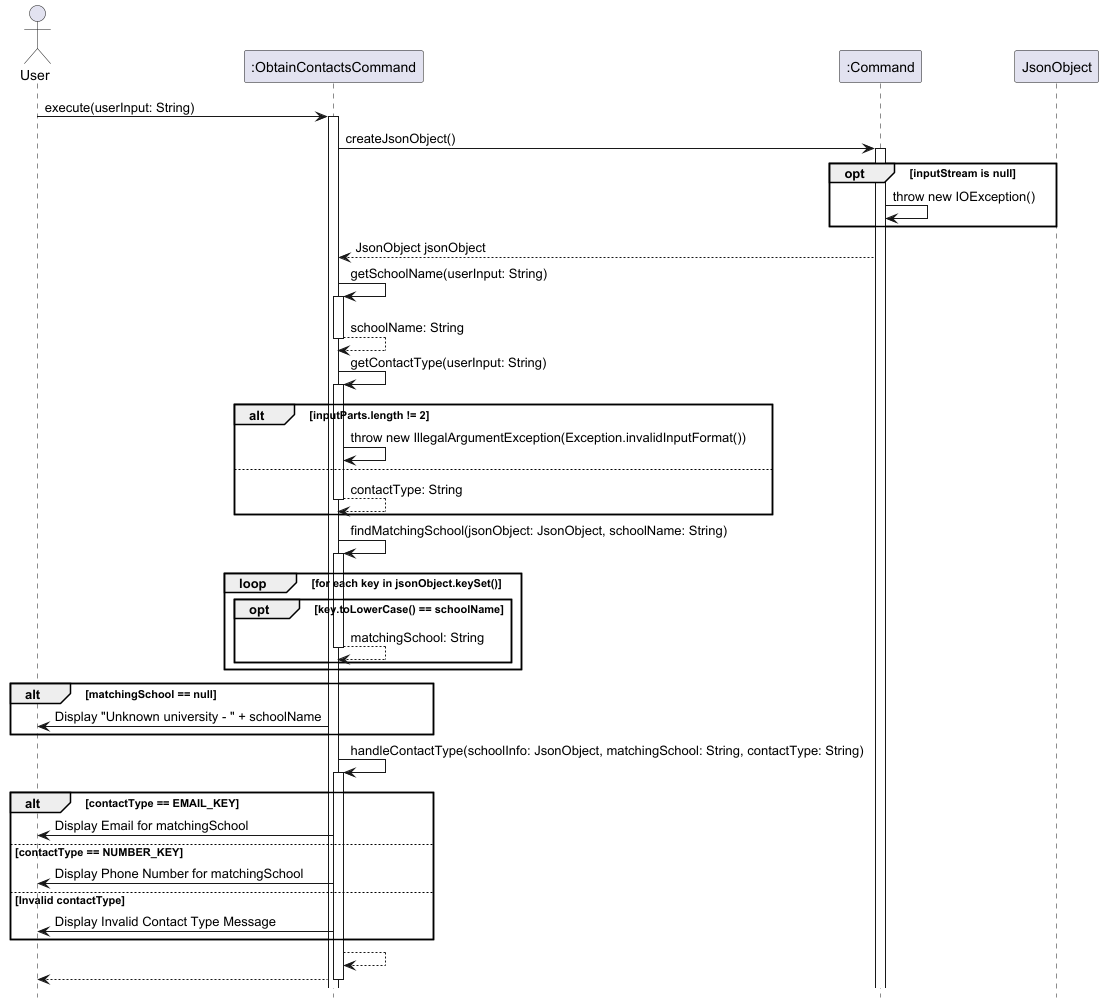
This is uml-images/ObtainContactsCommand.png from nus-cs2113-AY2425S1/tp, a PlantUML export, as it was before one commit.
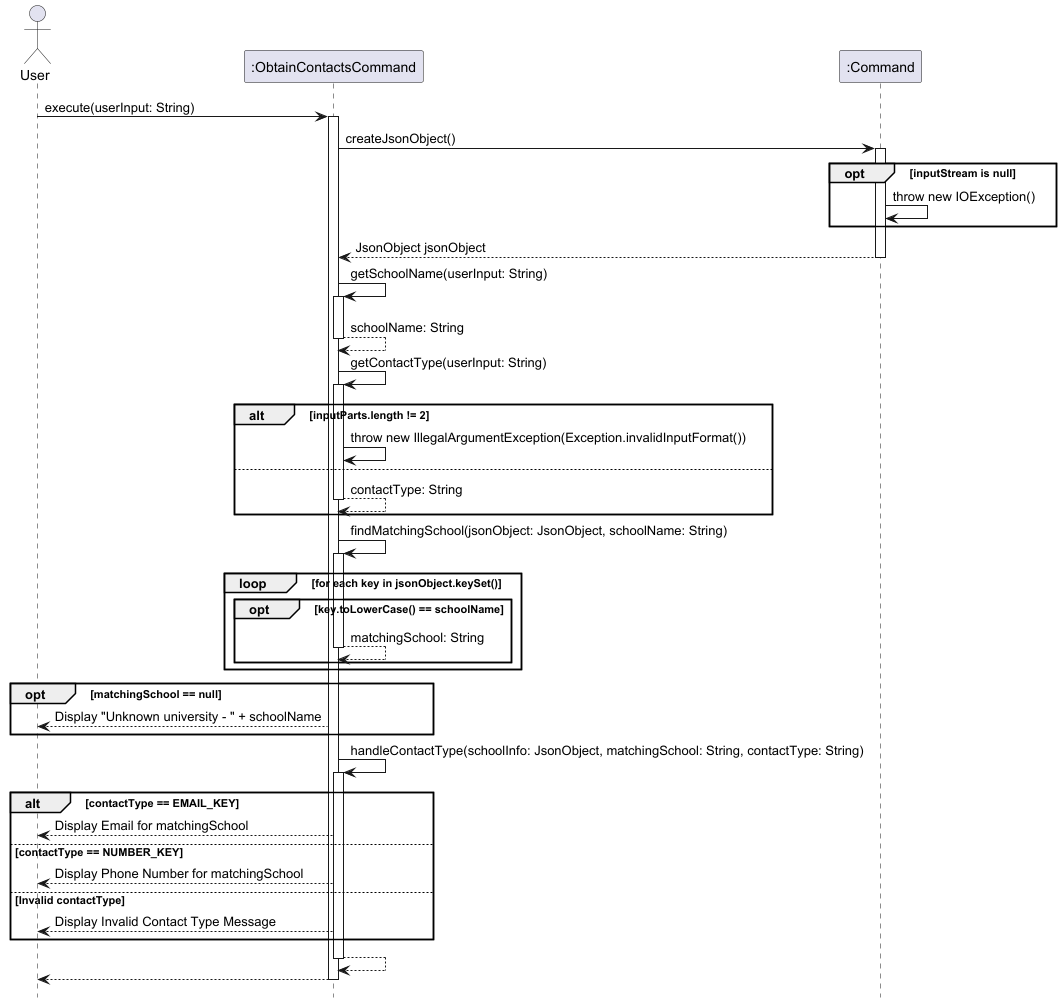
After the commit.

Commit message:
Fix over extension of activation bar

Diff of the diagram source:
```diff
@@ -4,7 +4,6 @@
 actor User
 participant ":ObtainContactsCommand" as ObtainContactsCommand
 participant ":Command" as Command
-participant "JsonObject" as JsonObject
 
 User -> ObtainContactsCommand: execute(userInput: String)
 activate ObtainContactsCommand
@@ -17,6 +16,7 @@
 end
 
 Command --> ObtainContactsCommand: JsonObject jsonObject
+deactivate Command
 
 ObtainContactsCommand -> ObtainContactsCommand: getSchoolName(userInput: String)
 activate ObtainContactsCommand
@@ -40,22 +40,25 @@
     end
 end
 
-alt matchingSchool == null
-    ObtainContactsCommand -> User: Display "Unknown university - " + schoolName
+opt matchingSchool == null
+    ObtainContactsCommand --> User: Display "Unknown university - " + schoolName
 end
 
 ObtainContactsCommand -> ObtainContactsCommand: handleContactType(schoolInfo: JsonObject, matchingSchool: String, contactType: String)
 activate ObtainContactsCommand
 
 alt contactType == EMAIL_KEY
-    ObtainContactsCommand -> User: Display Email for matchingSchool
+    ObtainContactsCommand --> User: Display Email for matchingSchool
 else contactType == NUMBER_KEY
-    ObtainContactsCommand -> User: Display Phone Number for matchingSchool
+    ObtainContactsCommand --> User: Display Phone Number for matchingSchool
 else Invalid contactType
-    ObtainContactsCommand -> User: Display Invalid Contact Type Message
+    ObtainContactsCommand --> User: Display Invalid Contact Type Message
 end
 
+
 ObtainContactsCommand --> ObtainContactsCommand
+deactivate ObtainContactsCommand
+
 ObtainContactsCommand --> User
 
 deactivate ObtainContactsCommand
```
